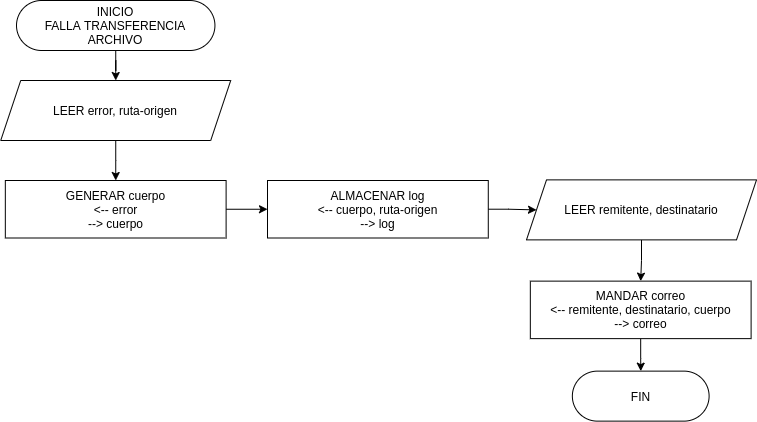
The draw.io diagram Diagramas/fallo-transferencia.png in carlosalvet/proyecto-demo, before a commit. Source tidied: cells renumbered, new cells last; positions are measured from the earlier drawing's top-left corner, leaving out a move shared by most shapes.
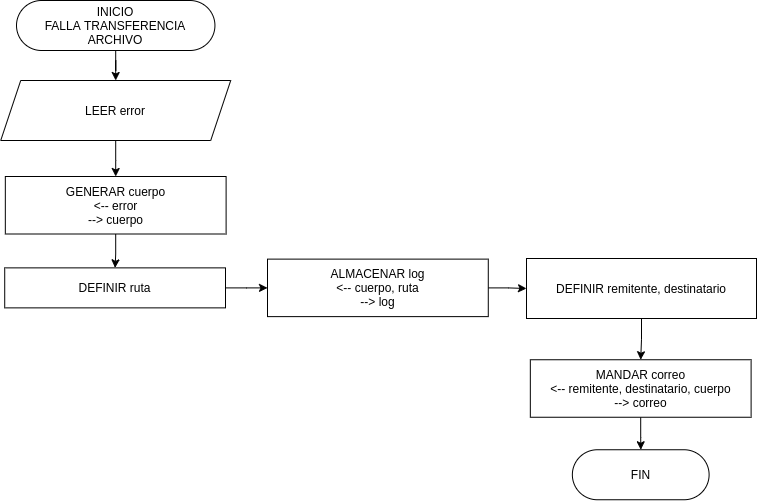
After the commit.

Commit message:
14-01-2020 corrección de diagrama transferencia de archivo

What changed in the source:
```diff
@@ -6,43 +6,49 @@
       <mxGeometry relative="1" as="geometry" />
     </mxCell>
     <mxCell id="3" value="&lt;span&gt;INICIO&lt;/span&gt;&lt;br&gt;&lt;span&gt;FALLA TRANSFERENCIA ARCHIVO&lt;/span&gt;" style="rounded=1;whiteSpace=wrap;html=1;arcSize=50;" parent="1" vertex="1">
-      <mxGeometry x="16" width="198.4" height="50" as="geometry" />
+      <mxGeometry x="16" y="-78.6" width="198.4" height="50" as="geometry" />
     </mxCell>
     <mxCell id="4" value="FIN" style="rounded=1;whiteSpace=wrap;html=1;arcSize=50;" parent="1" vertex="1">
-      <mxGeometry x="571.8" y="370.6" width="136.8" height="50" as="geometry" />
+      <mxGeometry x="571.8" y="370.7" width="136.8" height="50" as="geometry" />
     </mxCell>
     <mxCell id="5" style="edgeStyle=orthogonalEdgeStyle;rounded=0;jettySize=auto;html=1;" parent="1" edge="1" source="6" target="8">
       <mxGeometry relative="1" as="geometry" />
     </mxCell>
-    <mxCell id="6" value="LEER error, ruta-origen" style="shape=parallelogram;perimeter=parallelogramPerimeter;whiteSpace=wrap;html=1;fixedSize=1;" parent="1" vertex="1">
-      <mxGeometry x="0.2" y="80" width="230" height="60" as="geometry" />
+    <mxCell id="6" value="LEER error" style="shape=parallelogram;perimeter=parallelogramPerimeter;whiteSpace=wrap;html=1;fixedSize=1;" parent="1" vertex="1">
+      <mxGeometry x="0.2" y="1.4" width="230" height="60" as="geometry" />
     </mxCell>
-    <mxCell id="7" style="edgeStyle=orthogonalEdgeStyle;rounded=0;jettySize=auto;html=1;" parent="1" edge="1" source="8" target="10">
+    <mxCell id="7" style="edgeStyle=orthogonalEdgeStyle;rounded=0;jettySize=auto;html=1;" parent="1" edge="1" source="8" target="17">
       <mxGeometry relative="1" as="geometry" />
     </mxCell>
     <mxCell id="8" value="GENERAR cuerpo&lt;br&gt;&amp;lt;-- error&lt;br&gt;--&amp;gt; cuerpo" style="rounded=5;whiteSpace=wrap;html=1;direction=east;" parent="1" vertex="1">
-      <mxGeometry x="4.8" y="180" width="220.8" height="57.5" as="geometry" />
+      <mxGeometry x="4.8" y="97.4" width="220.8" height="57.5" as="geometry" />
     </mxCell>
     <mxCell id="9" style="edgeStyle=orthogonalEdgeStyle;rounded=0;jettySize=auto;html=1;" parent="1" edge="1" source="10" target="12">
       <mxGeometry relative="1" as="geometry" />
     </mxCell>
-    <mxCell id="10" value="ALMACENAR log&lt;br&gt;&amp;lt;-- cuerpo, ruta-origen&lt;br&gt;--&amp;gt; log" style="rounded=5;whiteSpace=wrap;html=1;direction=east;" parent="1" vertex="1">
+    <mxCell id="10" value="ALMACENAR log&lt;br&gt;&amp;lt;-- cuerpo, ruta&lt;br&gt;--&amp;gt; log" style="rounded=5;whiteSpace=wrap;html=1;direction=east;" parent="1" vertex="1">
       <mxGeometry x="267" y="180" width="220.8" height="57.5" as="geometry" />
     </mxCell>
     <mxCell id="11" style="edgeStyle=orthogonalEdgeStyle;rounded=0;jettySize=auto;html=1;" parent="1" edge="1" source="12" target="14">
       <mxGeometry relative="1" as="geometry" />
     </mxCell>
-    <mxCell id="12" value="LEER remitente, destinatario" style="shape=parallelogram;perimeter=parallelogramPerimeter;whiteSpace=wrap;html=1;fixedSize=1;" parent="1" vertex="1">
+    <mxCell id="12" value="DEFINIR remitente, destinatario" style="shape=parallelogram;perimeter=parallelogramPerimeter;whiteSpace=wrap;html=1;fixedSize=1;size=0;" parent="1" vertex="1">
       <mxGeometry x="526" y="179.4" width="230" height="60" as="geometry" />
     </mxCell>
     <mxCell id="13" style="edgeStyle=orthogonalEdgeStyle;rounded=0;jettySize=auto;html=1;" parent="1" edge="1" source="14" target="4">
       <mxGeometry relative="1" as="geometry" />
     </mxCell>
     <mxCell id="14" value="MANDAR correo&lt;br&gt;&amp;lt;-- remitente, destinatario, cuerpo&lt;br&gt;--&amp;gt; correo" style="rounded=5;whiteSpace=wrap;html=1;direction=east;" parent="1" vertex="1">
-      <mxGeometry x="529.8" y="280.6" width="220.8" height="57.5" as="geometry" />
+      <mxGeometry x="529.8" y="280.7" width="220.8" height="57.5" as="geometry" />
     </mxCell>
     <mxCell id="15" style="edgeStyle=orthogonalEdgeStyle;rounded=0;orthogonalLoop=1;jettySize=auto;html=1;exitX=0.5;exitY=1;exitDx=0;exitDy=0;" parent="1" edge="1" source="10" target="10">
       <mxGeometry relative="1" as="geometry" />
     </mxCell>
+    <mxCell id="16" style="edgeStyle=orthogonalEdgeStyle;rounded=0;jettySize=auto;html=1;" parent="1" edge="1" source="17" target="10">
+      <mxGeometry relative="1" as="geometry" />
+    </mxCell>
+    <mxCell id="17" value="DEFINIR ruta" style="rounded=5;whiteSpace=wrap;html=1;direction=east;" parent="1" vertex="1">
+      <mxGeometry x="4.2" y="188.8" width="220.8" height="40" as="geometry" />
+    </mxCell>
   </root>
 </mxGraphModel>
```
